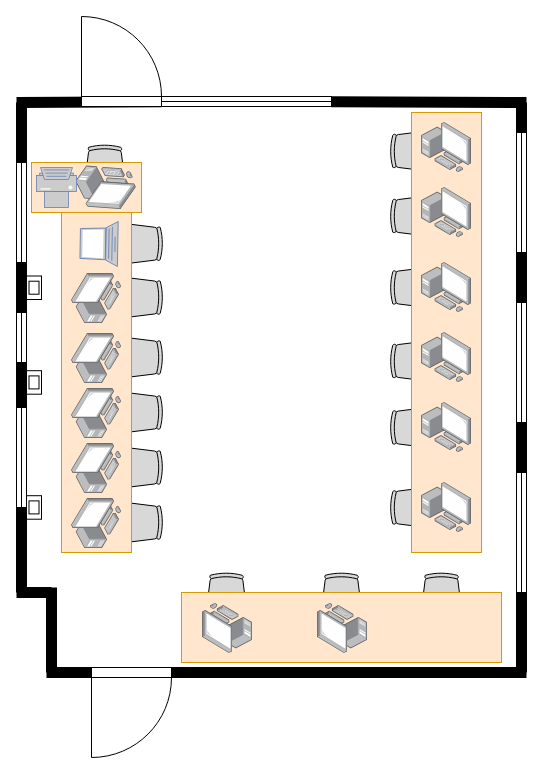
Before: sala.drawio in kitxchi/kitxchi.github.io, a draw.io diagram. Source tidied: cells renumbered, new cells numbered last; positions are measured from the earlier drawing's top-left corner, leaving out a move shared by most shapes. Both pictures are drawn from the tidied source at 100%, with x=0, y=0 at pixel (-29, 16).
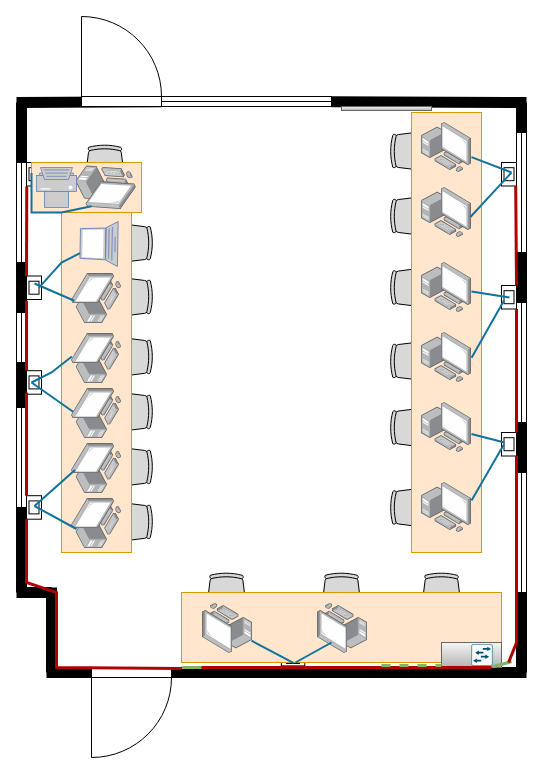
The same page after the edit.

The change refers to these unchanged cells:
```xml
<mxCell id="25" style="verticalLabelPosition=bottom;html=1;verticalAlign=top;align=center;shape=mxgraph.floorplan.window;direction=south;" parent="1" vertex="1">
  <mxGeometry x="45" y="146" width="10" height="100" as="geometry" />
</mxCell>
<mxCell id="46" style="rounded=0;whiteSpace=wrap;html=1;fillColor=#ffe6cc;strokeColor=#d79b00;direction=south;" parent="1" vertex="1">
  <mxGeometry x="210" y="576" width="320" height="70" as="geometry" />
</mxCell>
<mxCell id="47" style="image;points=[];html=1;align=center;shadow=0;dashed=0;image=img/lib/allied_telesis/computer_and_terminals/Personal_Computer_with_Server.svg;" parent="1" vertex="1">
  <mxGeometry x="450" y="106" width="50" height="50" as="geometry" />
</mxCell>
<mxCell id="48" style="image;points=[];html=1;align=center;shadow=0;dashed=0;image=img/lib/allied_telesis/computer_and_terminals/Personal_Computer_with_Server.svg;" parent="1" vertex="1">
  <mxGeometry x="450" y="171" width="50" height="50" as="geometry" />
</mxCell>
<mxCell id="49" style="image;points=[];html=1;align=center;shadow=0;dashed=0;image=img/lib/allied_telesis/computer_and_terminals/Personal_Computer_with_Server.svg;" parent="1" vertex="1">
  <mxGeometry x="450" y="386" width="50" height="50" as="geometry" />
</mxCell>
<mxCell id="50" style="image;points=[];html=1;align=center;shadow=0;dashed=0;image=img/lib/allied_telesis/computer_and_terminals/Personal_Computer_with_Server.svg;" parent="1" vertex="1">
  <mxGeometry x="450" y="246" width="50" height="50" as="geometry" />
</mxCell>
<mxCell id="51" style="image;points=[];html=1;align=center;shadow=0;dashed=0;image=img/lib/allied_telesis/computer_and_terminals/Personal_Computer_with_Server.svg;" parent="1" vertex="1">
  <mxGeometry x="450" y="316" width="50" height="50" as="geometry" />
</mxCell>
<mxCell id="53" style="image;points=[];html=1;align=center;shadow=0;dashed=0;image=img/lib/allied_telesis/computer_and_terminals/Personal_Computer_with_Server.svg;flipH=0;flipV=1;rotation=35;" parent="1" vertex="1">
  <mxGeometry x="106.8" y="142.8" width="53.2" height="53.2" as="geometry" />
</mxCell>
<mxCell id="55" style="image;points=[];html=1;align=center;shadow=0;dashed=0;image=img/lib/allied_telesis/computer_and_terminals/Personal_Computer_with_Server.svg;flipH=0;flipV=0;rotation=-90;" parent="1" vertex="1">
  <mxGeometry x="100" y="426" width="50" height="50" as="geometry" />
</mxCell>
<mxCell id="56" style="image;points=[];html=1;align=center;shadow=0;dashed=0;image=img/lib/allied_telesis/computer_and_terminals/Personal_Computer_with_Server.svg;flipH=0;flipV=0;rotation=-90;" parent="1" vertex="1">
  <mxGeometry x="100" y="371" width="50" height="50" as="geometry" />
</mxCell>
<mxCell id="57" style="image;points=[];html=1;align=center;shadow=0;dashed=0;image=img/lib/allied_telesis/computer_and_terminals/Personal_Computer_with_Server.svg;flipH=0;flipV=0;rotation=-90;" parent="1" vertex="1">
  <mxGeometry x="100" y="316" width="50" height="50" as="geometry" />
</mxCell>
<mxCell id="58" style="image;points=[];html=1;align=center;shadow=0;dashed=0;image=img/lib/allied_telesis/computer_and_terminals/Personal_Computer_with_Server.svg;flipH=0;flipV=0;rotation=-90;" parent="1" vertex="1">
  <mxGeometry x="100" y="256" width="50" height="50" as="geometry" />
</mxCell>
<mxCell id="59" style="fontColor=#0066CC;verticalAlign=top;verticalLabelPosition=bottom;labelPosition=center;align=center;html=1;outlineConnect=0;fillColor=#CCCCCC;strokeColor=#6881B3;gradientColor=none;gradientDirection=north;strokeWidth=2;shape=mxgraph.networks.laptop;rotation=-89;" parent="1" vertex="1">
  <mxGeometry x="105" y="208.4" width="45" height="37.6" as="geometry" />
</mxCell>
<mxCell id="60" style="image;points=[];html=1;align=center;shadow=0;dashed=0;image=img/lib/allied_telesis/computer_and_terminals/Personal_Computer_with_Server.svg;flipH=0;flipV=0;rotation=-180;" parent="1" vertex="1">
  <mxGeometry x="230" y="586" width="50" height="50" as="geometry" />
</mxCell>
<mxCell id="61" style="image;points=[];html=1;align=center;shadow=0;dashed=0;image=img/lib/allied_telesis/computer_and_terminals/Personal_Computer_with_Server.svg;flipH=0;flipV=0;rotation=-180;" parent="1" vertex="1">
  <mxGeometry x="345" y="586" width="50" height="50" as="geometry" />
</mxCell>
<mxCell id="65" style="rounded=0;whiteSpace=wrap;html=1;" parent="63" vertex="1">
  <mxGeometry x="2.5" y="5.2" width="10" height="13" as="geometry" />
</mxCell>
<mxCell id="70" style="rounded=0;whiteSpace=wrap;html=1;" parent="69" vertex="1">
  <mxGeometry width="15" height="23.5" as="geometry" />
</mxCell>
```

Diff of the diagram source:
```diff
@@
+    <mxCell id="72" style="group;" parent="1" vertex="1">
+      <mxGeometry x="55" y="146" width="15" height="23.5" as="geometry" />
+    </mxCell>
+    <mxCell id="73" style="rounded=0;whiteSpace=wrap;html=1;" parent="72" vertex="1">
+      <mxGeometry width="15" height="23.5" as="geometry" />
+    </mxCell>
+    <mxCell id="74" style="rounded=0;whiteSpace=wrap;html=1;" parent="72" vertex="1">
+      <mxGeometry x="2.5" y="5.2" width="10" height="13" as="geometry" />
+    </mxCell>
+    <mxCell id="75" style="group;direction=south;" parent="1" vertex="1">
+      <mxGeometry x="314" y="630.2" width="23.5" height="15" as="geometry" />
+    </mxCell>
+    <mxCell id="76" style="rounded=0;whiteSpace=wrap;html=1;direction=south;" parent="75" vertex="1">
+      <mxGeometry x="-4.2" y="4.2" width="23.5" height="15" as="geometry" />
+    </mxCell>
+    <mxCell id="77" style="rounded=0;whiteSpace=wrap;html=1;direction=south;" parent="75" vertex="1">
+      <mxGeometry x="1" y="6.8" width="13" height="10" as="geometry" />
+    </mxCell>
@@
     <mxCell id="6" style="verticalLabelPosition=bottom;html=1;verticalAlign=top;align=center;shape=mxgraph.floorplan.office_chair;fillColor=light-dark(#D8D8D8,var(--ge-dark-color, #121212));rotation=90;" parent="1" vertex="1">
-      <mxGeometry x="150" y="205.7" width="40" height="43" as="geometry" />
+      <mxGeometry x="140" y="205.1" width="40" height="43" as="geometry" />
     </mxCell>
     <mxCell id="7" style="verticalLabelPosition=bottom;html=1;verticalAlign=top;align=center;shape=mxgraph.floorplan.office_chair;fillColor=light-dark(#D8D8D8,var(--ge-dark-color, #121212));rotation=90;" parent="1" vertex="1">
-      <mxGeometry x="150" y="259.5" width="40" height="43" as="geometry" />
+      <mxGeometry x="140" y="258.9" width="40" height="43" as="geometry" />
     </mxCell>
     <mxCell id="8" style="verticalLabelPosition=bottom;html=1;verticalAlign=top;align=center;shape=mxgraph.floorplan.office_chair;fillColor=light-dark(#D8D8D8,var(--ge-dark-color, #121212));rotation=90;" parent="1" vertex="1">
-      <mxGeometry x="150" y="319.5" width="40" height="43" as="geometry" />
+      <mxGeometry x="140" y="318.9" width="40" height="43" as="geometry" />
     </mxCell>
     <mxCell id="9" style="verticalLabelPosition=bottom;html=1;verticalAlign=top;align=center;shape=mxgraph.floorplan.office_chair;fillColor=light-dark(#D8D8D8,var(--ge-dark-color, #121212));rotation=90;" parent="1" vertex="1">
-      <mxGeometry x="150" y="374.5" width="40" height="43" as="geometry" />
+      <mxGeometry x="140" y="373.9" width="40" height="43" as="geometry" />
     </mxCell>
     <mxCell id="10" style="verticalLabelPosition=bottom;html=1;verticalAlign=top;align=center;shape=mxgraph.floorplan.office_chair;fillColor=light-dark(#D8D8D8,var(--ge-dark-color, #121212));rotation=90;" parent="1" vertex="1">
-      <mxGeometry x="150" y="429.5" width="40" height="43" as="geometry" />
+      <mxGeometry x="140" y="428.9" width="40" height="43" as="geometry" />
     </mxCell>
     <mxCell id="11" style="verticalLabelPosition=bottom;html=1;verticalAlign=top;align=center;shape=mxgraph.floorplan.office_chair;fillColor=light-dark(#D8D8D8,var(--ge-dark-color, #121212));rotation=90;" parent="1" vertex="1">
-      <mxGeometry x="150" y="484.5" width="40" height="43" as="geometry" />
+      <mxGeometry x="140" y="483.9" width="40" height="43" as="geometry" />
     </mxCell>
@@
+    <mxCell id="78" style="group;" parent="1" vertex="1">
+      <mxGeometry x="530" y="416" width="15" height="23.5" as="geometry" />
+    </mxCell>
+    <mxCell id="79" style="rounded=0;whiteSpace=wrap;html=1;" parent="78" vertex="1">
+      <mxGeometry width="15" height="23.5" as="geometry" />
+    </mxCell>
+    <mxCell id="80" style="rounded=0;whiteSpace=wrap;html=1;" parent="78" vertex="1">
+      <mxGeometry x="2.5" y="5.2" width="10" height="13" as="geometry" />
+    </mxCell>
+    <mxCell id="81" style="group;" parent="1" vertex="1">
+      <mxGeometry x="530" y="269" width="15" height="23.5" as="geometry" />
+    </mxCell>
+    <mxCell id="82" style="rounded=0;whiteSpace=wrap;html=1;" parent="81" vertex="1">
+      <mxGeometry width="15" height="23.5" as="geometry" />
+    </mxCell>
+    <mxCell id="83" style="rounded=0;whiteSpace=wrap;html=1;" parent="81" vertex="1">
+      <mxGeometry x="2.5" y="5.2" width="10" height="13" as="geometry" />
+    </mxCell>
+    <mxCell id="84" style="group;" parent="1" vertex="1">
+      <mxGeometry x="530" y="146" width="15" height="23.5" as="geometry" />
+    </mxCell>
+    <mxCell id="85" style="rounded=0;whiteSpace=wrap;html=1;" parent="84" vertex="1">
+      <mxGeometry width="15" height="23.5" as="geometry" />
+    </mxCell>
+    <mxCell id="86" style="rounded=0;whiteSpace=wrap;html=1;" parent="84" vertex="1">
+      <mxGeometry x="2.5" y="5.2" width="10" height="13" as="geometry" />
+    </mxCell>
+    <mxCell id="87" style="rounded=0;whiteSpace=wrap;html=1;fillColor=#f5f5f5;strokeColor=#666666;gradientColor=#b3b3b3;" parent="1" vertex="1">
+      <mxGeometry x="470" y="626" width="60" height="25" as="geometry" />
+    </mxCell>
+    <mxCell id="88" style="sketch=0;verticalLabelPosition=bottom;html=1;verticalAlign=top;align=center;shape=mxgraph.cisco19.rect;prIcon=l2_switch;fillColor=#FAFAFA;strokeColor=#005073;" parent="1" vertex="1">
+      <mxGeometry x="500" y="628" width="21" height="21" as="geometry" />
+    </mxCell>
+    <mxCell id="89" style="endArrow=none;html=1;rounded=0;" parent="1" edge="1" target="46">
+      <mxGeometry relative="1" as="geometry">
+        <mxPoint x="420" y="646" as="sourcePoint" />
+      </mxGeometry>
+    </mxCell>
+    <mxCell id="90" style="endArrow=none;html=1;rounded=0;strokeWidth=3;fillColor=#d5e8d4;gradientColor=#97d077;strokeColor=#82b366;" parent="1" edge="1">
+      <mxGeometry relative="1" as="geometry">
+        <mxPoint x="521" y="650.2" as="sourcePoint" />
+        <mxPoint x="540" y="645.2" as="targetPoint" />
+      </mxGeometry>
+    </mxCell>
+    <mxCell id="91" style="endArrow=none;html=1;rounded=0;fillColor=#e51400;strokeColor=#B20000;strokeWidth=3;" parent="1" edge="1">
+      <mxGeometry relative="1" as="geometry">
+        <mxPoint x="220" y="651" as="sourcePoint" />
+        <mxPoint x="520" y="651" as="targetPoint" />
+      </mxGeometry>
+    </mxCell>
+    <mxCell id="92" style="endArrow=none;html=1;rounded=0;strokeWidth=3;fillColor=#d5e8d4;gradientColor=#97d077;strokeColor=#82b366;" parent="1" edge="1">
+      <mxGeometry relative="1" as="geometry">
+        <mxPoint x="210" y="651" as="sourcePoint" />
+        <mxPoint x="230" y="651" as="targetPoint" />
+      </mxGeometry>
+    </mxCell>
+    <mxCell id="93" style="endArrow=none;html=1;rounded=0;strokeWidth=3;fillColor=#e51400;strokeColor=#B20000;exitX=0;exitY=1;exitDx=0;exitDy=0;" parent="1" edge="1" source="70">
+      <mxGeometry relative="1" as="geometry">
+        <mxPoint x="210" y="652" as="targetPoint" />
+        <Array as="points">
+          <mxPoint x="55" y="566" />
+          <mxPoint x="85" y="576" />
+          <mxPoint x="85" y="651" />
+        </Array>
+      </mxGeometry>
+    </mxCell>
+    <mxCell id="94" style="endArrow=none;html=1;rounded=0;strokeWidth=3;fillColor=#e51400;strokeColor=#B20000;" parent="1" edge="1">
+      <mxGeometry relative="1" as="geometry">
+        <mxPoint x="55" y="479.2" as="sourcePoint" />
+        <mxPoint x="55" y="376" as="targetPoint" />
+      </mxGeometry>
+    </mxCell>
+    <mxCell id="95" style="endArrow=none;html=1;rounded=0;fillColor=#e51400;strokeColor=#B20000;strokeWidth=3;" parent="1" edge="1">
+      <mxGeometry relative="1" as="geometry">
+        <mxPoint x="55" y="354.2" as="sourcePoint" />
+        <mxPoint x="55" y="284.2" as="targetPoint" />
+      </mxGeometry>
+    </mxCell>
+    <mxCell id="96" style="endArrow=none;html=1;rounded=0;fillColor=#e51400;strokeColor=#B20000;strokeWidth=3;entryX=0.241;entryY=-0.026;entryDx=0;entryDy=0;entryPerimeter=0;" parent="1" edge="1" target="25">
+      <mxGeometry relative="1" as="geometry">
+        <mxPoint x="55" y="259.5" as="sourcePoint" />
+      </mxGeometry>
+    </mxCell>
+    <mxCell id="97" style="endArrow=none;html=1;rounded=0;fillColor=#e51400;strokeColor=#B20000;strokeWidth=3;entryX=1;entryY=1;entryDx=0;entryDy=0;" parent="1" edge="1" target="79">
+      <mxGeometry relative="1" as="geometry">
+        <mxPoint x="537.1" y="646" as="sourcePoint" />
+        <Array as="points">
+          <mxPoint x="545" y="626" />
+        </Array>
+      </mxGeometry>
+    </mxCell>
+    <mxCell id="98" style="endArrow=none;html=1;rounded=0;fillColor=#e51400;strokeColor=#B20000;strokeWidth=3;exitX=1;exitY=1;exitDx=0;exitDy=0;" parent="1" edge="1" source="82">
+      <mxGeometry relative="1" as="geometry">
+        <mxPoint x="545" y="416" as="targetPoint" />
+      </mxGeometry>
+    </mxCell>
+    <mxCell id="99" style="endArrow=none;html=1;rounded=0;fillColor=#e51400;strokeColor=#B20000;strokeWidth=3;entryX=1;entryY=0;entryDx=0;entryDy=0;" parent="1" edge="1" target="82">
+      <mxGeometry relative="1" as="geometry">
+        <mxPoint x="544.2" y="169.5" as="sourcePoint" />
+      </mxGeometry>
+    </mxCell>
+    <mxCell id="100" style="endArrow=none;dashed=1;html=1;rounded=0;fillColor=#d5e8d4;gradientColor=#97d077;strokeColor=#82b366;strokeWidth=3;" parent="1" edge="1">
+      <mxGeometry relative="1" as="geometry">
+        <mxPoint x="410" y="649" as="sourcePoint" />
+        <mxPoint x="470" y="649" as="targetPoint" />
+      </mxGeometry>
+    </mxCell>
+    <mxCell id="101" style="endArrow=none;html=1;rounded=0;fillColor=#b1ddf0;strokeColor=#10739e;strokeWidth=2;entryX=0.75;entryY=0.365;entryDx=0;entryDy=0;entryPerimeter=0;" parent="1" edge="1" source="47" target="86">
+      <mxGeometry relative="1" as="geometry" />
+    </mxCell>
+    <mxCell id="102" style="endArrow=none;html=1;rounded=0;fillColor=#b1ddf0;strokeColor=#10739e;strokeWidth=2;exitX=0.978;exitY=0.591;exitDx=0;exitDy=0;exitPerimeter=0;" parent="1" edge="1" source="48">
+      <mxGeometry relative="1" as="geometry">
+        <mxPoint x="540" y="156" as="targetPoint" />
+      </mxGeometry>
+    </mxCell>
+    <mxCell id="103" style="endArrow=none;html=1;rounded=0;fillColor=#b1ddf0;strokeColor=#10739e;strokeWidth=2;" parent="1" edge="1" source="50">
+      <mxGeometry relative="1" as="geometry">
+        <mxPoint x="538" y="281" as="targetPoint" />
+      </mxGeometry>
+    </mxCell>
+    <mxCell id="104" style="endArrow=none;html=1;rounded=0;fillColor=#b1ddf0;strokeColor=#10739e;strokeWidth=2;entryX=0;entryY=0.75;entryDx=0;entryDy=0;exitX=1.002;exitY=0.506;exitDx=0;exitDy=0;exitPerimeter=0;" parent="1" edge="1" source="51" target="83">
+      <mxGeometry relative="1" as="geometry" />
+    </mxCell>
+    <mxCell id="105" style="endArrow=none;html=1;rounded=0;fillColor=#b1ddf0;strokeColor=#10739e;strokeWidth=2;entryX=0;entryY=0.5;entryDx=0;entryDy=0;exitX=1.002;exitY=0.506;exitDx=0;exitDy=0;exitPerimeter=0;" parent="1" edge="1" target="80">
+      <mxGeometry relative="1" as="geometry">
+        <mxPoint x="500" y="483.9" as="sourcePoint" />
+      </mxGeometry>
+    </mxCell>
+    <mxCell id="106" style="endArrow=none;html=1;rounded=0;fillColor=#b1ddf0;strokeColor=#10739e;strokeWidth=2;" parent="1" edge="1" source="49">
+      <mxGeometry relative="1" as="geometry">
+        <mxPoint x="533" y="426" as="targetPoint" />
+      </mxGeometry>
+    </mxCell>
+    <mxCell id="107" style="endArrow=none;html=1;rounded=0;fillColor=#b1ddf0;strokeColor=#10739e;strokeWidth=2;entryX=0.7;entryY=0.2;entryDx=0;entryDy=0;entryPerimeter=0;" parent="1" edge="1" target="61">
+      <mxGeometry relative="1" as="geometry">
+        <mxPoint x="324" y="646" as="sourcePoint" />
+      </mxGeometry>
+    </mxCell>
+    <mxCell id="108" style="endArrow=none;html=1;rounded=0;fillColor=#b1ddf0;strokeColor=#10739e;strokeWidth=2;entryX=1.008;entryY=0.649;entryDx=0;entryDy=0;entryPerimeter=0;" parent="1" edge="1" source="60" target="46">
+      <mxGeometry relative="1" as="geometry" />
+    </mxCell>
+    <mxCell id="109" style="endArrow=none;html=1;rounded=0;fillColor=#b1ddf0;strokeColor=#10739e;strokeWidth=2;entryX=1.008;entryY=0.649;entryDx=0;entryDy=0;entryPerimeter=0;" parent="1" edge="1">
+      <mxGeometry relative="1" as="geometry">
+        <mxPoint x="63" y="489.5" as="sourcePoint" />
+        <mxPoint x="105" y="512.5" as="targetPoint" />
+      </mxGeometry>
+    </mxCell>
+    <mxCell id="110" style="endArrow=none;html=1;rounded=0;fillColor=#b1ddf0;strokeColor=#10739e;strokeWidth=2;entryX=0.451;entryY=0.069;entryDx=0;entryDy=0;entryPerimeter=0;" parent="1" edge="1" target="55">
+      <mxGeometry relative="1" as="geometry">
+        <mxPoint x="63" y="489.5" as="sourcePoint" />
+      </mxGeometry>
+    </mxCell>
+    <mxCell id="111" style="endArrow=none;html=1;rounded=0;fillColor=#b1ddf0;strokeColor=#10739e;strokeWidth=2;entryX=0.519;entryY=0.008;entryDx=0;entryDy=0;entryPerimeter=0;" parent="1" edge="1" target="57">
+      <mxGeometry relative="1" as="geometry">
+        <mxPoint x="60" y="366" as="sourcePoint" />
+        <Array as="points">
+          <mxPoint x="80" y="356" />
+        </Array>
+      </mxGeometry>
+    </mxCell>
+    <mxCell id="112" style="endArrow=none;html=1;rounded=0;fillColor=#b1ddf0;strokeColor=#10739e;strokeWidth=2;entryX=0.516;entryY=0.032;entryDx=0;entryDy=0;entryPerimeter=0;" parent="1" edge="1" target="56">
+      <mxGeometry relative="1" as="geometry">
+        <mxPoint x="60" y="366" as="sourcePoint" />
+      </mxGeometry>
+    </mxCell>
+    <mxCell id="113" style="endArrow=none;html=1;rounded=0;fillColor=#b1ddf0;strokeColor=#10739e;strokeWidth=2;entryX=0.435;entryY=0.057;entryDx=0;entryDy=0;entryPerimeter=0;" parent="1" edge="1" target="58">
+      <mxGeometry relative="1" as="geometry">
+        <mxPoint x="63" y="267" as="sourcePoint" />
+      </mxGeometry>
+    </mxCell>
+    <mxCell id="114" style="endArrow=none;html=1;rounded=0;fillColor=#b1ddf0;strokeColor=#10739e;strokeWidth=2;exitX=1;exitY=0.5;exitDx=0;exitDy=0;" parent="1" edge="1" source="65" target="59">
+      <mxGeometry relative="1" as="geometry">
+        <Array as="points">
+          <mxPoint x="90" y="246" />
+        </Array>
+      </mxGeometry>
+    </mxCell>
+    <mxCell id="115" style="endArrow=none;html=1;rounded=0;fillColor=#b1ddf0;strokeColor=#10739e;strokeWidth=2;entryX=0.514;entryY=0.041;entryDx=0;entryDy=0;entryPerimeter=0;" parent="1" edge="1" target="53">
+      <mxGeometry relative="1" as="geometry">
+        <mxPoint x="60" y="156.5" as="sourcePoint" />
+        <Array as="points">
+          <mxPoint x="60" y="196" />
+          <mxPoint x="90" y="196" />
+        </Array>
+      </mxGeometry>
+    </mxCell>
+    <mxCell id="116" style="rounded=0;whiteSpace=wrap;html=1;fillColor=#f5f5f5;strokeColor=#666666;gradientColor=#b3b3b3;" parent="1" vertex="1">
+      <mxGeometry x="370" y="90" width="90" height="4" as="geometry" />
+    </mxCell>
```
